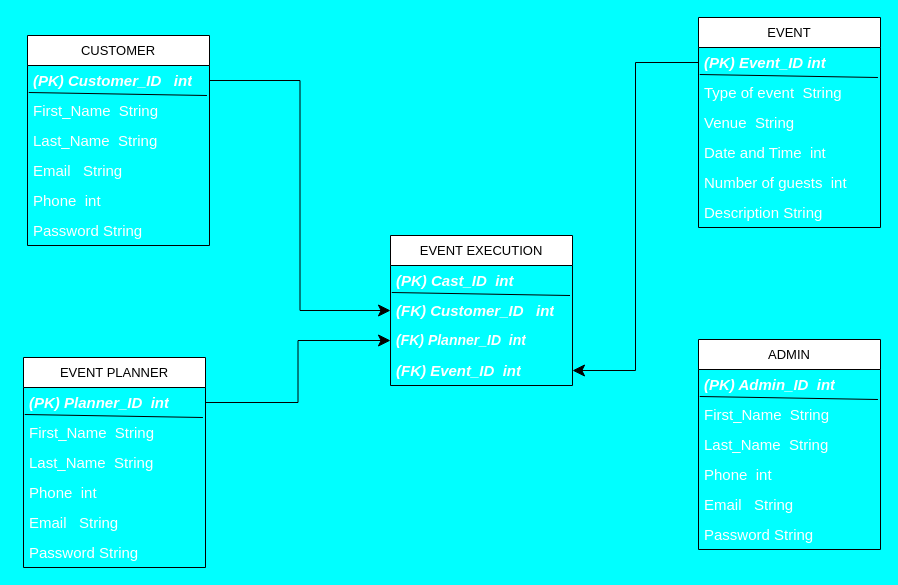
Before: page "Page-4" (4 of 9) of Untitled Diagram.drawio in Thuo001/ISProposal, a draw.io diagram. Source tidied: cells renumbered, new cells numbered last; positions are measured from the earlier drawing's top-left corner, leaving out a move shared by most shapes. Both pictures are drawn from the tidied source at 100%, with x=0, y=0 at pixel (23, 17).
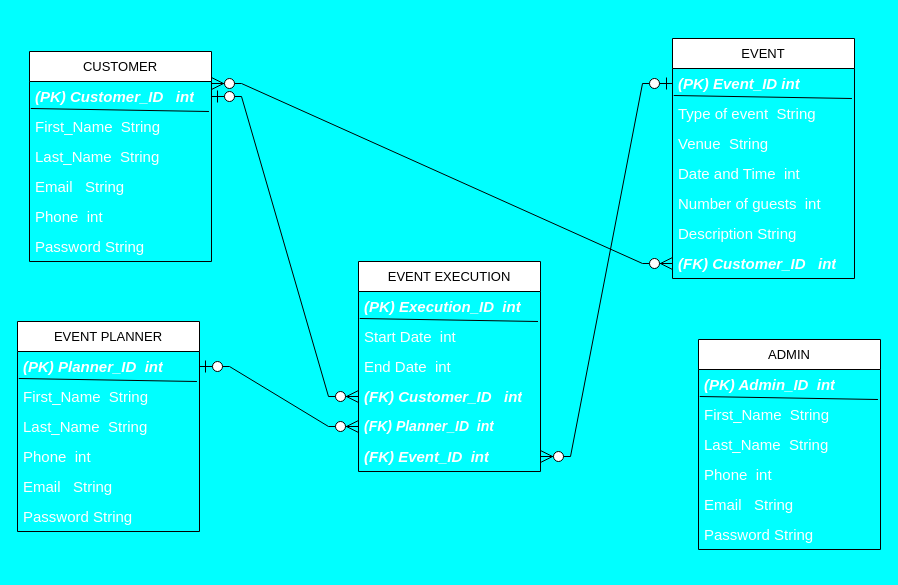
After the change.

The change refers to these unchanged cells:
```xml
<mxCell id="4" value="&lt;i style=&quot;&quot;&gt;&lt;b&gt;&lt;font color=&quot;#ffffff&quot; style=&quot;font-size: 15px;&quot;&gt;(PK) Customer_ID&amp;nbsp; &amp;nbsp;int&lt;/font&gt;&lt;/b&gt;&lt;/i&gt;" style="text;strokeColor=none;fillColor=none;align=left;verticalAlign=middle;spacingLeft=4;spacingRight=4;overflow=hidden;points=[[0,0.5],[1,0.5]];portConstraint=eastwest;whiteSpace=wrap;html=1;opacity=0;" parent="2" vertex="1">
  <mxGeometry y="30" width="182" height="30" as="geometry" />
</mxCell>
<mxCell id="12" value="&lt;i style=&quot;&quot;&gt;&lt;b&gt;&lt;font color=&quot;#ffffff&quot; style=&quot;font-size: 15px;&quot;&gt;(PK) Event_ID int&lt;/font&gt;&lt;/b&gt;&lt;/i&gt;" style="text;strokeColor=none;fillColor=none;align=left;verticalAlign=middle;spacingLeft=4;spacingRight=4;overflow=hidden;points=[[0,0.5],[1,0.5]];portConstraint=eastwest;whiteSpace=wrap;html=1;opacity=0;" parent="10" vertex="1">
  <mxGeometry y="30" width="182" height="30" as="geometry" />
</mxCell>
<mxCell id="28" value="&lt;i style=&quot;&quot;&gt;&lt;b&gt;&lt;font color=&quot;#ffffff&quot; style=&quot;font-size: 15px;&quot;&gt;(PK) Planner_ID&amp;nbsp; int&lt;/font&gt;&lt;/b&gt;&lt;/i&gt;" style="text;strokeColor=none;fillColor=none;align=left;verticalAlign=middle;spacingLeft=4;spacingRight=4;overflow=hidden;points=[[0,0.5],[1,0.5]];portConstraint=eastwest;whiteSpace=wrap;html=1;opacity=0;" parent="26" vertex="1">
  <mxGeometry y="30" width="182" height="30" as="geometry" />
</mxCell>
```

Change to the diagram source:
```diff
@@
     <mxCell id="2" value="&lt;font style=&quot;font-size: 13px;&quot;&gt;CUSTOMER&lt;/font&gt;" style="swimlane;fontStyle=0;horizontal=1;startSize=30;whiteSpace=wrap;html=1;" parent="1" vertex="1">
-      <mxGeometry x="4" y="18" width="182" height="210" as="geometry" />
+      <mxGeometry x="6" y="34" width="182" height="210" as="geometry" />
     </mxCell>
@@
     <mxCell id="10" value="&lt;span style=&quot;font-size: 13px;&quot;&gt;EVENT&lt;/span&gt;" style="swimlane;fontStyle=0;horizontal=1;startSize=30;whiteSpace=wrap;html=1;" parent="1" vertex="1">
-      <mxGeometry x="675" width="182" height="210" as="geometry" />
+      <mxGeometry x="649" y="21" width="182" height="240" as="geometry" />
     </mxCell>
@@
+    <mxCell id="43" value="&lt;i style=&quot;&quot;&gt;&lt;b&gt;&lt;font color=&quot;#ffffff&quot; style=&quot;font-size: 15px;&quot;&gt;(FK) Customer_ID&amp;nbsp; &amp;nbsp;int&lt;/font&gt;&lt;/b&gt;&lt;/i&gt;" style="text;strokeColor=none;fillColor=none;align=left;verticalAlign=middle;spacingLeft=4;spacingRight=4;overflow=hidden;points=[[0,0.5],[1,0.5]];portConstraint=eastwest;whiteSpace=wrap;html=1;opacity=0;" parent="10" vertex="1">
+      <mxGeometry y="210" width="182" height="30" as="geometry" />
+    </mxCell>
@@
     <mxCell id="26" value="&lt;span style=&quot;font-size: 13px;&quot;&gt;EVENT PLANNER&lt;/span&gt;" style="swimlane;fontStyle=0;horizontal=1;startSize=30;whiteSpace=wrap;html=1;" parent="1" vertex="1">
-      <mxGeometry y="340" width="182" height="210" as="geometry" />
+      <mxGeometry x="-6" y="304" width="182" height="210" as="geometry" />
     </mxCell>
@@
     <mxCell id="34" value="&lt;span style=&quot;font-size: 13px;&quot;&gt;EVENT EXECUTION&lt;/span&gt;" style="swimlane;fontStyle=0;horizontal=1;startSize=30;whiteSpace=wrap;html=1;" parent="1" vertex="1">
-      <mxGeometry x="367" y="218" width="182" height="150" as="geometry" />
+      <mxGeometry x="335" y="244" width="182" height="210" as="geometry" />
     </mxCell>
@@
-    <mxCell id="36" value="&lt;i style=&quot;&quot;&gt;&lt;b&gt;&lt;font color=&quot;#ffffff&quot; style=&quot;font-size: 15px;&quot;&gt;(PK) Cast_ID&amp;nbsp; int&lt;/font&gt;&lt;/b&gt;&lt;/i&gt;" style="text;strokeColor=none;fillColor=none;align=left;verticalAlign=middle;spacingLeft=4;spacingRight=4;overflow=hidden;points=[[0,0.5],[1,0.5]];portConstraint=eastwest;whiteSpace=wrap;html=1;opacity=0;" parent="34" vertex="1">
+    <mxCell id="36" value="&lt;i style=&quot;&quot;&gt;&lt;b&gt;&lt;font color=&quot;#ffffff&quot; style=&quot;font-size: 15px;&quot;&gt;(PK) Execution_ID&amp;nbsp; int&lt;/font&gt;&lt;/b&gt;&lt;/i&gt;" style="text;strokeColor=none;fillColor=none;align=left;verticalAlign=middle;spacingLeft=4;spacingRight=4;overflow=hidden;points=[[0,0.5],[1,0.5]];portConstraint=eastwest;whiteSpace=wrap;html=1;opacity=0;" parent="34" vertex="1">
       <mxGeometry y="30" width="182" height="30" as="geometry" />
     </mxCell>
+    <mxCell id="44" value="&lt;font color=&quot;#ffffff&quot;&gt;&lt;span style=&quot;font-size: 15px;&quot;&gt;Start Date&amp;nbsp; int&lt;/span&gt;&lt;/font&gt;" style="text;strokeColor=none;fillColor=none;align=left;verticalAlign=middle;spacingLeft=4;spacingRight=4;overflow=hidden;whiteSpace=wrap;html=1;" parent="34" vertex="1">
+      <mxGeometry y="60" width="182" height="30" as="geometry" />
+    </mxCell>
+    <mxCell id="45" value="&lt;font color=&quot;#ffffff&quot;&gt;&lt;span style=&quot;font-size: 15px;&quot;&gt;End Date&amp;nbsp; int&lt;/span&gt;&lt;/font&gt;" style="text;strokeColor=none;fillColor=none;align=left;verticalAlign=middle;spacingLeft=4;spacingRight=4;overflow=hidden;whiteSpace=wrap;html=1;" parent="34" vertex="1">
+      <mxGeometry y="90" width="182" height="30" as="geometry" />
+    </mxCell>
     <mxCell id="37" value="&lt;i style=&quot;&quot;&gt;&lt;b&gt;&lt;font color=&quot;#ffffff&quot; style=&quot;font-size: 15px;&quot;&gt;(FK) Customer_ID&amp;nbsp; &amp;nbsp;int&lt;/font&gt;&lt;/b&gt;&lt;/i&gt;" style="text;strokeColor=none;fillColor=none;align=left;verticalAlign=middle;spacingLeft=4;spacingRight=4;overflow=hidden;points=[[0,0.5],[1,0.5]];portConstraint=eastwest;whiteSpace=wrap;html=1;opacity=0;" parent="34" vertex="1">
-      <mxGeometry y="60" width="182" height="30" as="geometry" />
+      <mxGeometry y="120" width="182" height="30" as="geometry" />
     </mxCell>
     <mxCell id="38" value="&lt;i style=&quot;&quot;&gt;&lt;b&gt;&lt;font color=&quot;#ffffff&quot; style=&quot;font-size: 14px;&quot;&gt;(FK) Planner_ID&amp;nbsp; int&lt;/font&gt;&lt;/b&gt;&lt;/i&gt;" style="text;strokeColor=none;fillColor=none;align=left;verticalAlign=middle;spacingLeft=4;spacingRight=4;overflow=hidden;points=[[0,0.5],[1,0.5]];portConstraint=eastwest;whiteSpace=wrap;html=1;opacity=0;" parent="34" vertex="1">
-      <mxGeometry y="90" width="182" height="30" as="geometry" />
+      <mxGeometry y="150" width="182" height="30" as="geometry" />
     </mxCell>
     <mxCell id="39" value="&lt;i style=&quot;&quot;&gt;&lt;b&gt;&lt;font color=&quot;#ffffff&quot; style=&quot;font-size: 15px;&quot;&gt;(FK) Event_ID&amp;nbsp; int&lt;/font&gt;&lt;/b&gt;&lt;/i&gt;" style="text;strokeColor=none;fillColor=none;align=left;verticalAlign=middle;spacingLeft=4;spacingRight=4;overflow=hidden;points=[[0,0.5],[1,0.5]];portConstraint=eastwest;whiteSpace=wrap;html=1;opacity=0;" parent="34" vertex="1">
-      <mxGeometry y="120" width="182" height="30" as="geometry" />
+      <mxGeometry y="180" width="182" height="30" as="geometry" />
     </mxCell>
-    <mxCell id="40" style="edgeStyle=orthogonalEdgeStyle;rounded=0;jettySize=auto;html=1;exitX=1;exitY=0.5;exitDx=0;exitDy=0;entryX=0;entryY=0.5;entryDx=0;entryDy=0;endSize=10;startSize=10;targetPerimeterSpacing=5;sourcePerimeterSpacing=5;" parent="1" edge="1" source="4" target="37">
+    <mxCell id="40" style="edgeStyle=entityRelationEdgeStyle;fontSize=12;html=1;endArrow=ERzeroToMany;startArrow=ERzeroToOne;rounded=0;entryX=0;entryY=0.5;entryDx=0;entryDy=0;endSize=10;startSize=10;" parent="1" edge="1" source="4" target="37">
       <mxGeometry relative="1" as="geometry" />
     </mxCell>
-    <mxCell id="41" style="edgeStyle=orthogonalEdgeStyle;rounded=0;jettySize=auto;html=1;exitX=1;exitY=0.5;exitDx=0;exitDy=0;entryX=0;entryY=0.5;entryDx=0;entryDy=0;targetPerimeterSpacing=5;sourcePerimeterSpacing=5;endSize=10;startSize=10;" parent="1" edge="1" source="28" target="38">
+    <mxCell id="41" style="edgeStyle=entityRelationEdgeStyle;fontSize=12;html=1;endArrow=ERzeroToMany;startArrow=ERzeroToOne;rounded=0;exitX=1;exitY=0.5;exitDx=0;exitDy=0;entryX=0;entryY=0.5;entryDx=0;entryDy=0;endSize=10;startSize=10;" parent="1" edge="1" source="28" target="38">
       <mxGeometry relative="1" as="geometry" />
     </mxCell>
+    <mxCell id="46" style="edgeStyle=entityRelationEdgeStyle;fontSize=12;html=1;endArrow=ERzeroToMany;endFill=1;startArrow=ERzeroToMany;rounded=0;exitX=1;exitY=0.067;exitDx=0;exitDy=0;exitPerimeter=0;endSize=10;startSize=10;" parent="1" edge="1" source="4" target="43">
+      <mxGeometry relative="1" as="geometry" />
+    </mxCell>
-    <mxCell id="42" style="edgeStyle=orthogonalEdgeStyle;rounded=0;jettySize=auto;html=1;exitX=0;exitY=0.5;exitDx=0;exitDy=0;entryX=1;entryY=0.5;entryDx=0;entryDy=0;endSize=10;startSize=10;targetPerimeterSpacing=5;sourcePerimeterSpacing=5;" parent="1" edge="1" source="12" target="39">
+    <mxCell id="42" style="edgeStyle=entityRelationEdgeStyle;fontSize=12;html=1;endArrow=ERzeroToMany;startArrow=ERzeroToOne;rounded=0;entryX=1;entryY=0.5;entryDx=0;entryDy=0;endSize=10;startSize=10;" parent="1" edge="1" source="12" target="39">
       <mxGeometry relative="1" as="geometry" />
     </mxCell>
```
